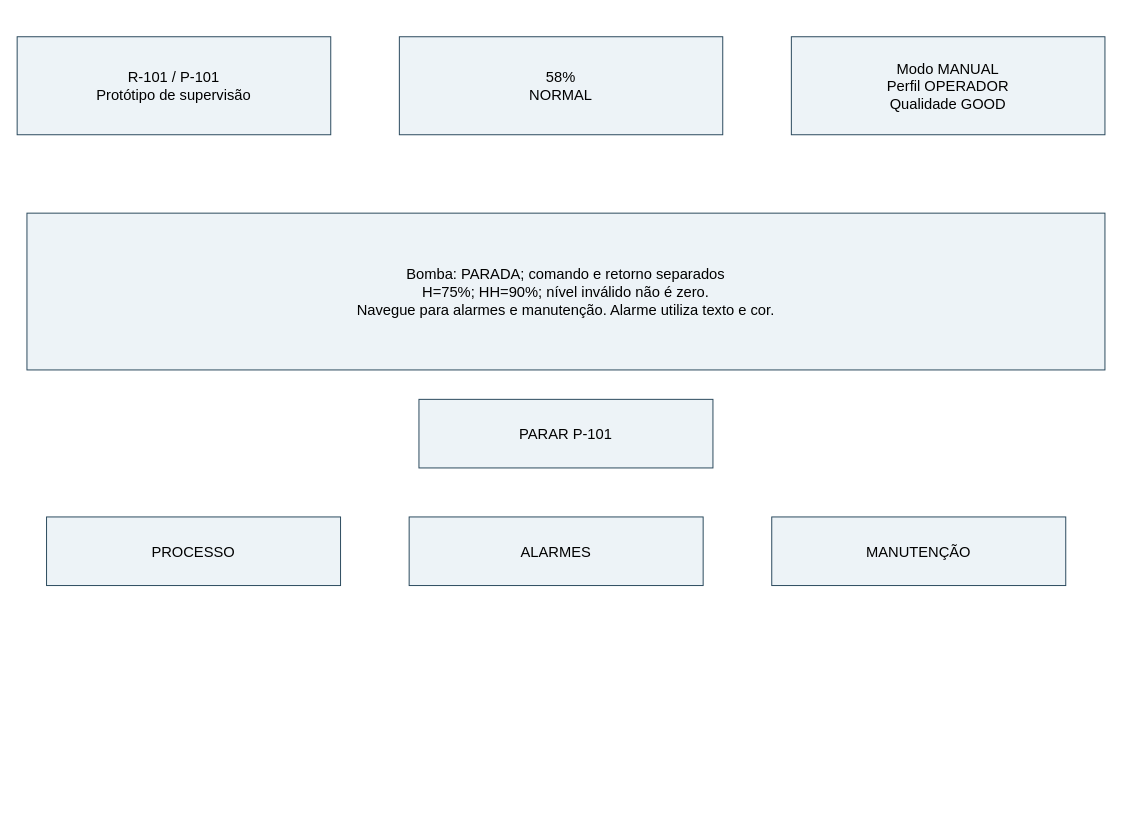
The draw.io diagram page "TP08 - Processo - normal" (1 of 11) of TP08/prototipo/prototipo.drawio in HomemDaGrana/sistemas-automatizados, before the edit. Source tidied: cells renumbered, new cells numbered last; positions are measured from the earlier drawing's top-left corner, leaving out a move shared by most shapes. Both pictures are drawn from the tidied source at 98%, with x=0, y=0 at pixel (17, 36).
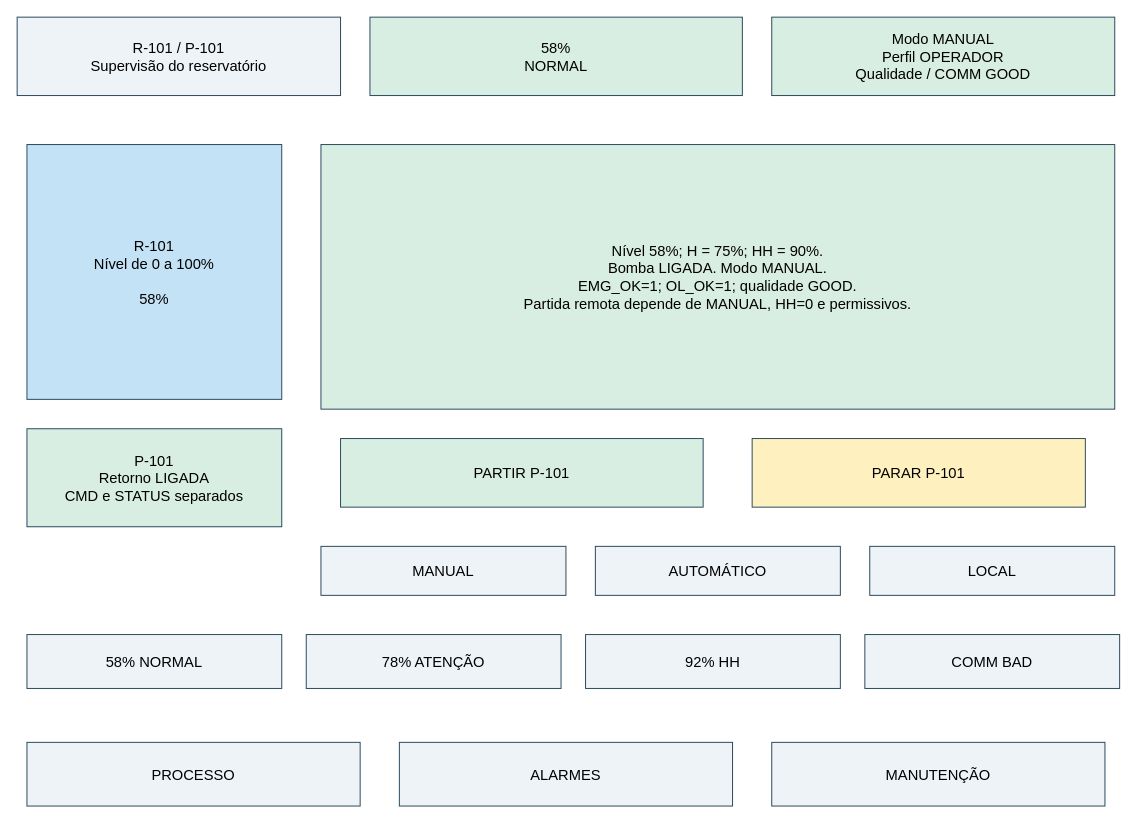
After the change.

What changed in the source:
```diff
@@
 <mxGraphModel>
   <root>
     <mxCell id="0" />
     <mxCell id="1" parent="0" />
-    <mxCell id="2" value="R-101 / P-101&lt;br&gt;Protótipo de supervisão" style="whiteSpace=wrap;html=1;fontSize=15;fontFamily=Arial;fillColor=#edf3f7;strokeColor=#29485c;" parent="1" vertex="1">
-      <mxGeometry width="320" height="100" as="geometry" />
-    </mxCell>
-    <mxCell id="3" value="58%&lt;br&gt;NORMAL" style="whiteSpace=wrap;html=1;fontSize=15;fontFamily=Arial;fillColor=#edf3f7;strokeColor=#29485c;" parent="1" vertex="1">
-      <mxGeometry x="390" width="330" height="100" as="geometry" />
-    </mxCell>
+    <mxCell id="10" value="R-101 / P-101&lt;br&gt;Supervisão do reservatório" style="whiteSpace=wrap;html=1;fontSize=15;fontFamily=Arial;fillColor=#edf3f7;strokeColor=#29485c;fillColor=#edf3f7;" parent="1" vertex="1">
+      <mxGeometry y="-20" width="330" height="80" as="geometry" />
+    </mxCell>
+    <mxCell id="11" value="58%&lt;br&gt;NORMAL" style="whiteSpace=wrap;html=1;fontSize=15;fontFamily=Arial;fillColor=#edf3f7;strokeColor=#29485c;fillColor=#d9eee2;" parent="1" vertex="1">
+      <mxGeometry x="360" y="-20" width="380" height="80" as="geometry" />
+    </mxCell>
-    <mxCell id="4" value="Modo MANUAL&lt;br&gt;Perfil OPERADOR&lt;br&gt;Qualidade GOOD" style="whiteSpace=wrap;html=1;fontSize=15;fontFamily=Arial;fillColor=#edf3f7;strokeColor=#29485c;" parent="1" vertex="1">
-      <mxGeometry x="790" width="320" height="100" as="geometry" />
+    <mxCell id="4" value="Modo MANUAL&lt;br&gt;Perfil OPERADOR&lt;br&gt;Qualidade / COMM GOOD" style="whiteSpace=wrap;html=1;fontSize=15;fontFamily=Arial;fillColor=#edf3f7;strokeColor=#29485c;fillColor=#d9eee2;" parent="1" vertex="1">
+      <mxGeometry x="770" y="-20" width="350" height="80" as="geometry" />
     </mxCell>
-    <mxCell id="5" value="Bomba: PARADA; comando e retorno separados&lt;br&gt;H=75%; HH=90%; nível inválido não é zero.&lt;br&gt;Navegue para alarmes e manutenção. Alarme utiliza texto e cor." style="whiteSpace=wrap;html=1;fontSize=15;fontFamily=Arial;fillColor=#edf3f7;strokeColor=#29485c;" parent="1" vertex="1">
-      <mxGeometry x="10" y="180" width="1100" height="160" as="geometry" />
-    </mxCell>
+    <mxCell id="12" value="R-101&lt;br&gt;Nível de 0 a 100%&lt;br&gt;&lt;br&gt;58%" style="whiteSpace=wrap;html=1;fontSize=15;fontFamily=Arial;fillColor=#edf3f7;strokeColor=#29485c;fillColor=#c3e2f5;" parent="1" vertex="1">
+      <mxGeometry x="10" y="110" width="260" height="260" as="geometry" />
+    </mxCell>
+    <mxCell id="13" value="P-101&lt;br&gt;Retorno LIGADA&lt;br&gt;CMD e STATUS separados" style="whiteSpace=wrap;html=1;fontSize=15;fontFamily=Arial;fillColor=#edf3f7;strokeColor=#29485c;fillColor=#d9eee2;" parent="1" vertex="1">
+      <mxGeometry x="10" y="400" width="260" height="100" as="geometry" />
+    </mxCell>
+    <mxCell id="14" value="Nível 58%; H = 75%; HH = 90%.&lt;br&gt;Bomba LIGADA. Modo MANUAL.&lt;br&gt;EMG_OK=1; OL_OK=1; qualidade GOOD.&lt;br&gt;Partida remota depende de MANUAL, HH=0 e permissivos." style="whiteSpace=wrap;html=1;fontSize=15;fontFamily=Arial;fillColor=#edf3f7;strokeColor=#29485c;fillColor=#d9eee2;" parent="1" vertex="1">
+      <mxGeometry x="310" y="110" width="810" height="270" as="geometry" />
+    </mxCell>
+    <mxCell id="15" value="PARTIR P-101" style="whiteSpace=wrap;html=1;fontSize=15;fontFamily=Arial;fillColor=#edf3f7;strokeColor=#29485c;fillColor=#d9eee2;" parent="1" vertex="1">
+      <mxGeometry x="330" y="410" width="370" height="70" as="geometry" />
+    </mxCell>
+    <mxCell id="9" value="PARAR P-101" style="whiteSpace=wrap;html=1;fontSize=15;fontFamily=Arial;fillColor=#edf3f7;strokeColor=#29485c;fillColor=#fff1bf;" parent="1" vertex="1">
+      <mxGeometry x="750" y="410" width="340" height="70" as="geometry" />
+    </mxCell>
+    <mxCell id="16" value="MANUAL" style="whiteSpace=wrap;html=1;fontSize=15;fontFamily=Arial;fillColor=#edf3f7;strokeColor=#29485c;fillColor=#edf3f7;" parent="1" vertex="1">
+      <mxGeometry x="310" y="520" width="250" height="50" as="geometry" />
+    </mxCell>
+    <mxCell id="17" value="AUTOMÁTICO" style="whiteSpace=wrap;html=1;fontSize=15;fontFamily=Arial;fillColor=#edf3f7;strokeColor=#29485c;fillColor=#edf3f7;" parent="1" vertex="1">
+      <mxGeometry x="590" y="520" width="250" height="50" as="geometry" />
+    </mxCell>
+    <mxCell id="18" value="LOCAL" style="whiteSpace=wrap;html=1;fontSize=15;fontFamily=Arial;fillColor=#edf3f7;strokeColor=#29485c;fillColor=#edf3f7;" parent="1" vertex="1">
+      <mxGeometry x="870" y="520" width="250" height="50" as="geometry" />
+    </mxCell>
+    <mxCell id="19" value="58% NORMAL" style="whiteSpace=wrap;html=1;fontSize=15;fontFamily=Arial;fillColor=#edf3f7;strokeColor=#29485c;fillColor=#edf3f7;" parent="1" vertex="1">
+      <mxGeometry x="10" y="610" width="260" height="55" as="geometry" />
+    </mxCell>
+    <mxCell id="20" value="78% ATENÇÃO" style="whiteSpace=wrap;html=1;fontSize=15;fontFamily=Arial;fillColor=#edf3f7;strokeColor=#29485c;fillColor=#edf3f7;" parent="1" vertex="1">
+      <mxGeometry x="295" y="610" width="260" height="55" as="geometry" />
+    </mxCell>
+    <mxCell id="21" value="92% HH" style="whiteSpace=wrap;html=1;fontSize=15;fontFamily=Arial;fillColor=#edf3f7;strokeColor=#29485c;fillColor=#edf3f7;" parent="1" vertex="1">
+      <mxGeometry x="580" y="610" width="260" height="55" as="geometry" />
+    </mxCell>
+    <mxCell id="22" value="COMM BAD" style="whiteSpace=wrap;html=1;fontSize=15;fontFamily=Arial;fillColor=#edf3f7;strokeColor=#29485c;fillColor=#edf3f7;" parent="1" vertex="1">
+      <mxGeometry x="865" y="610" width="260" height="55" as="geometry" />
+    </mxCell>
-    <mxCell id="6" value="PROCESSO" style="whiteSpace=wrap;html=1;fontSize=15;fontFamily=Arial;fillColor=#edf3f7;strokeColor=#29485c;" parent="1" vertex="1">
-      <mxGeometry x="30" y="490" width="300" height="70" as="geometry" />
+    <mxCell id="6" value="PROCESSO" style="whiteSpace=wrap;html=1;fontSize=15;fontFamily=Arial;fillColor=#edf3f7;strokeColor=#29485c;fillColor=#edf3f7;" parent="1" vertex="1">
+      <mxGeometry x="10" y="720" width="340" height="65" as="geometry" />
     </mxCell>
-    <mxCell id="7" value="ALARMES" style="whiteSpace=wrap;html=1;fontSize=15;fontFamily=Arial;fillColor=#edf3f7;strokeColor=#29485c;" parent="1" vertex="1">
-      <mxGeometry x="400" y="490" width="300" height="70" as="geometry" />
+    <mxCell id="7" value="ALARMES" style="whiteSpace=wrap;html=1;fontSize=15;fontFamily=Arial;fillColor=#edf3f7;strokeColor=#29485c;fillColor=#edf3f7;" parent="1" vertex="1">
+      <mxGeometry x="390" y="720" width="340" height="65" as="geometry" />
     </mxCell>
-    <mxCell id="8" value="MANUTENÇÃO" style="whiteSpace=wrap;html=1;fontSize=15;fontFamily=Arial;fillColor=#edf3f7;strokeColor=#29485c;" parent="1" vertex="1">
-      <mxGeometry x="770" y="490" width="300" height="70" as="geometry" />
+    <mxCell id="8" value="MANUTENÇÃO" style="whiteSpace=wrap;html=1;fontSize=15;fontFamily=Arial;fillColor=#edf3f7;strokeColor=#29485c;fillColor=#edf3f7;" parent="1" vertex="1">
+      <mxGeometry x="770" y="720" width="340" height="65" as="geometry" />
     </mxCell>
-    <mxCell id="9" value="PARAR P-101" style="whiteSpace=wrap;html=1;fontSize=15;fontFamily=Arial;fillColor=#edf3f7;strokeColor=#29485c;" parent="1" vertex="1">
-      <mxGeometry x="410" y="370" width="300" height="70" as="geometry" />
-    </mxCell>
   </root>
 </mxGraphModel>
```
